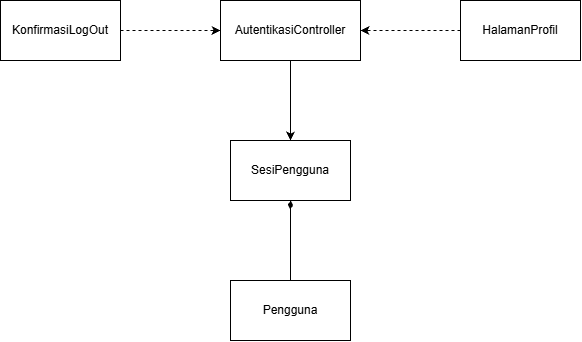
Above: docs/M4/assets/diagram/Diagram Kelas Use Case UC12.png in hehey304/IF2150-RPL-K01-G10 (draw.io), before the change. Source tidied: cells renumbered, new cells last; positions are measured from the earlier drawing's top-left corner, leaving out a move shared by most shapes.
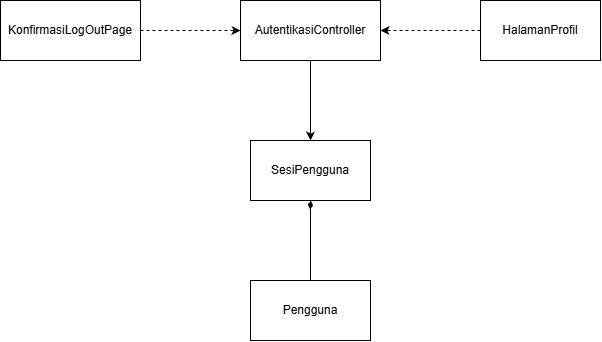
After the change.

Commit message:
fix: Memperbaiki diagram kelas

What changed in the source:
```diff
@@ -2,8 +2,8 @@
   <root>
     <mxCell id="0" />
     <mxCell id="1" parent="0" />
-    <mxCell id="2" value="KonfirmasiLogOut" style="rounded=0;whiteSpace=wrap;html=1;" parent="1" vertex="1">
-      <mxGeometry width="120" height="60" as="geometry" />
+    <mxCell id="2" value="KonfirmasiLogOutPage" style="rounded=0;whiteSpace=wrap;html=1;" parent="1" vertex="1">
+      <mxGeometry x="-20" width="140" height="60" as="geometry" />
     </mxCell>
     <mxCell id="3" style="endArrow=classic;dashed=1;html=1;rounded=0;exitX=1;exitY=0.5;exitDx=0;exitDy=0;endFill=1;entryX=0;entryY=0.5;entryDx=0;entryDy=0;" parent="1" edge="1" source="2" target="4">
       <mxGeometry relative="1" as="geometry" />
```
